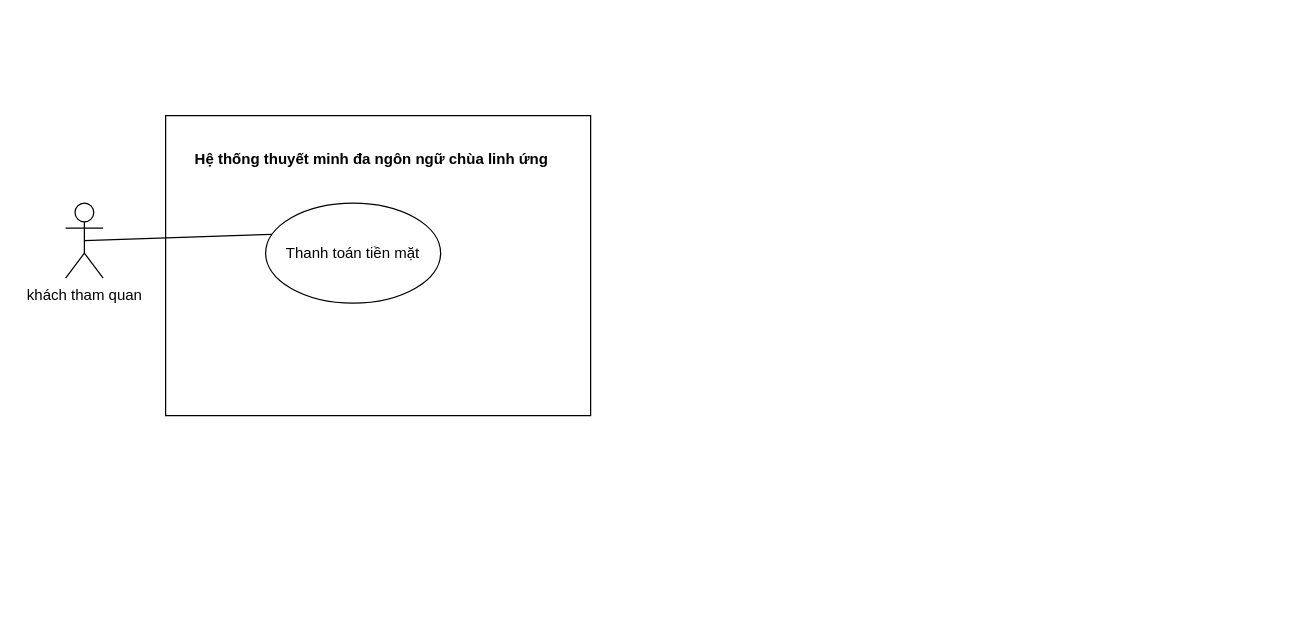
Above: docs/diagram/use case/UC-02_Use-Case.drawio in Kazuken123/prj_sgu26_cnpm (draw.io), before the change. Source tidied: cells renumbered, new cells numbered last; positions are measured from the earlier drawing's top-left corner, leaving out a move shared by most shapes. Both pictures are drawn from the tidied source at 125%, with x=0, y=0 at pixel (65, 115).
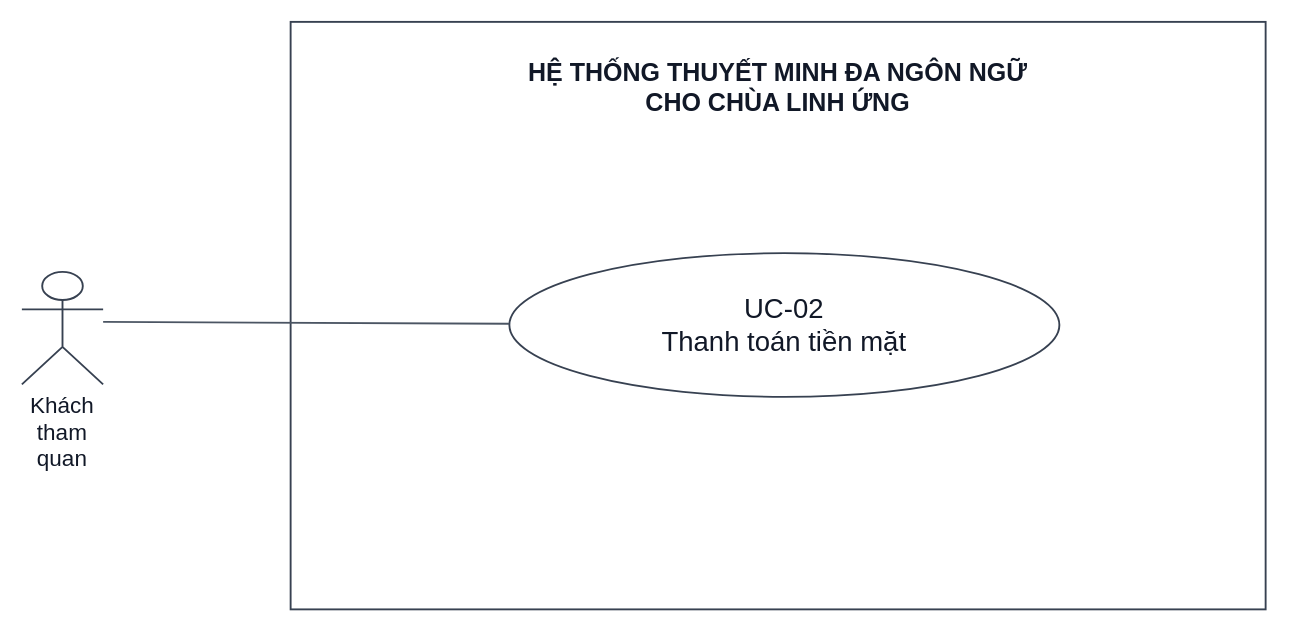
The same page after the edit.

Change to the diagram source:
```diff
@@
 <mxGraphModel>
   <root>
     <mxCell id="0" />
     <mxCell id="1" parent="0" />
-    <mxCell id="2" value="khách tham quan&lt;div&gt;&lt;br&gt;&lt;/div&gt;" style="shape=umlActor;verticalLabelPosition=bottom;verticalAlign=top;html=1;outlineConnect=0;" parent="1" vertex="1">
-      <mxGeometry y="70" width="30" height="60" as="geometry" />
-    </mxCell>
-    <mxCell id="3" style="rounded=0;whiteSpace=wrap;html=1;" parent="1" vertex="1">
-      <mxGeometry x="80" width="340" height="240" as="geometry" />
-    </mxCell>
-    <mxCell id="4" style="ellipse;whiteSpace=wrap;html=1;shapeInside=1;" parent="1" vertex="1">
-      <mxGeometry x="160" y="70" width="140" height="80" as="geometry" />
-    </mxCell>
-    <mxCell id="5" value="&lt;b&gt;Hệ thống thuyết minh đa ngôn ngữ chùa linh ứng&lt;/b&gt;" style="text;html=1;whiteSpace=wrap;strokeColor=none;fillColor=none;align=center;verticalAlign=middle;rounded=0;" parent="1" vertex="1">
-      <mxGeometry x="100" y="20" width="290" height="30" as="geometry" />
-    </mxCell>
-    <mxCell id="6" value="Thanh toán tiền mặt" style="text;html=1;whiteSpace=wrap;strokeColor=none;fillColor=none;align=center;verticalAlign=middle;rounded=0;" parent="1" vertex="1">
-      <mxGeometry x="165" y="95" width="130" height="30" as="geometry" />
-    </mxCell>
-    <mxCell id="7" style="endArrow=none;html=1;rounded=0;exitX=0;exitY=0;exitDx=0;exitDy=0;entryX=0.5;entryY=0.5;entryDx=0;entryDy=0;entryPerimeter=0;" parent="1" edge="1" source="6" target="2">
-      <mxGeometry relative="1" as="geometry" />
-    </mxCell>
+    <mxCell id="8" value="HỆ THỐNG THUYẾT MINH ĐA NGÔN NGỮ&lt;br&gt;CHO CHÙA LINH ỨNG" style="html=1;whiteSpace=wrap;fontFamily=Arial;fontSize=20;fontColor=#111827;strokeColor=#374151;fillColor=#FFFFFF;strokeWidth=1.5;rounded=0;verticalAlign=top;spacingTop=22;fontStyle=1;fillColor=none;" parent="1" vertex="1">
+      <mxGeometry x="180" y="-75" width="780" height="470" as="geometry" />
+    </mxCell>
+    <mxCell id="9" value="UC-02&lt;br&gt;Thanh toán tiền mặt" style="html=1;whiteSpace=wrap;fontFamily=Arial;fontSize=22;fontColor=#111827;strokeColor=#374151;fillColor=#FFFFFF;strokeWidth=1.5;ellipse;" parent="1" vertex="1">
+      <mxGeometry x="355" y="110" width="440" height="115" as="geometry" />
+    </mxCell>
+    <mxCell id="10" value="Khách tham quan" style="html=1;whiteSpace=wrap;fontFamily=Arial;fontSize=18;fontColor=#111827;strokeColor=#374151;fillColor=#FFFFFF;strokeWidth=1.5;shape=umlActor;verticalLabelPosition=bottom;verticalAlign=top;" parent="1" vertex="1">
+      <mxGeometry x="-35" y="125" width="65" height="90" as="geometry" />
+    </mxCell>
+    <mxCell id="11" style="html=1;rounded=0;endArrow=none;endFill=1;strokeColor=#4B5563;strokeWidth=1.5;fontFamily=Arial;fontSize=17;exitX=1.0;exitY=0.4444444444444444;exitPerimeter=0;entryX=7.699036441227814e-05;entryY=0.49122592244756036;entryPerimeter=0;" parent="1" edge="1" source="10" target="9">
+      <mxGeometry relative="1" as="geometry" />
+    </mxCell>
   </root>
 </mxGraphModel>
```
